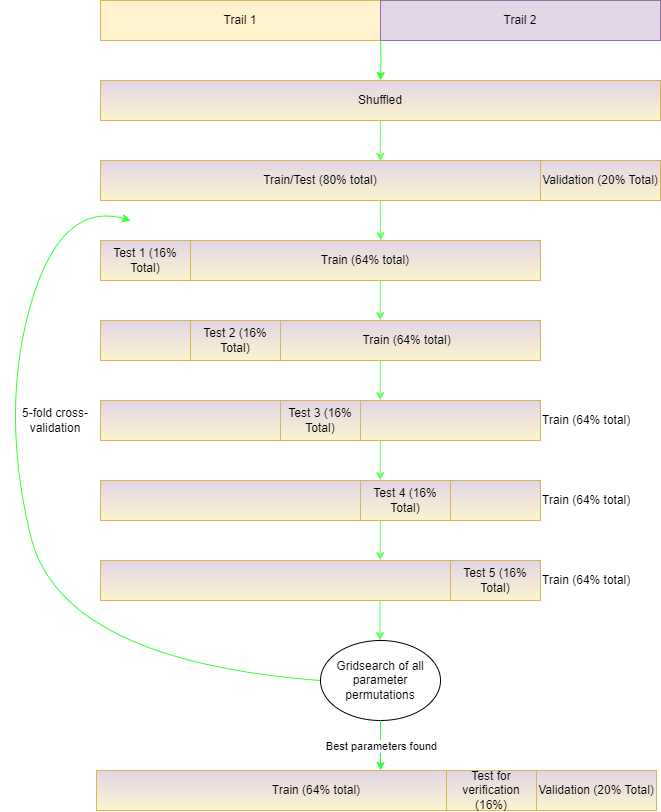
Above: imgs/5_fold.png in Alexis-Georganopoulos/Robotic-Finger (draw.io), before the change. Source tidied: cells renumbered, new cells last; positions are measured from the earlier drawing's top-left corner, leaving out a move shared by most shapes.
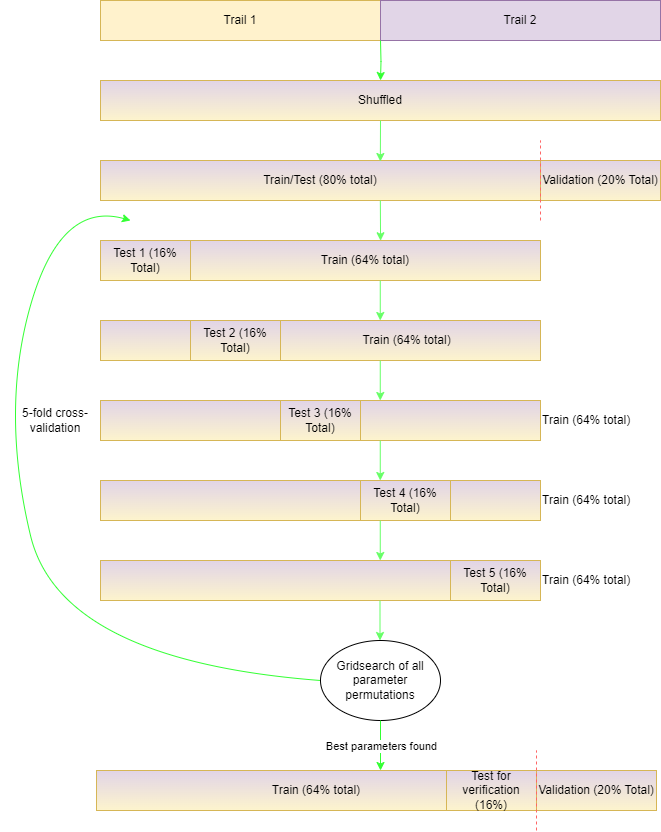
Above is the later version.

Commit message:
neural net:simplest solution finished

Change to the diagram source:
```diff
@@ -137,6 +137,12 @@
         <mxPoint x="279.5" y="640" as="targetPoint" />
       </mxGeometry>
     </mxCell>
+    <mxCell id="45" style="endArrow=none;dashed=1;html=1;rounded=0;strokeColor=#FF6666;" parent="6" edge="1">
+      <mxGeometry relative="1" as="geometry">
+        <mxPoint x="440" y="220" as="sourcePoint" />
+        <mxPoint x="440" y="140" as="targetPoint" />
+      </mxGeometry>
+    </mxCell>
     <mxCell id="39" style="endArrow=classic;html=1;rounded=0;exitX=0.5;exitY=1;exitDx=0;exitDy=0;fontColor=#000000;strokeColor=#33FF33;" parent="1" edge="1" source="37">
       <mxGeometry relative="1" as="geometry">
         <mxPoint x="380" y="770" as="targetPoint" />
@@ -157,5 +163,11 @@
     <mxCell id="44" value="Test for verification (16%)" style="rounded=0;whiteSpace=wrap;html=1;fillStyle=auto;fillColor=#fdf4cd;strokeColor=#d6b656;gradientColor=#e1d4e7;gradientDirection=north;" parent="41" vertex="1">
       <mxGeometry x="350" width="90" height="40" as="geometry" />
     </mxCell>
+    <mxCell id="46" style="endArrow=none;dashed=1;html=1;rounded=0;strokeColor=#FF6666;" parent="1" edge="1">
+      <mxGeometry relative="1" as="geometry">
+        <mxPoint x="536" y="830" as="sourcePoint" />
+        <mxPoint x="536" y="750" as="targetPoint" />
+      </mxGeometry>
+    </mxCell>
   </root>
 </mxGraphModel>
```
